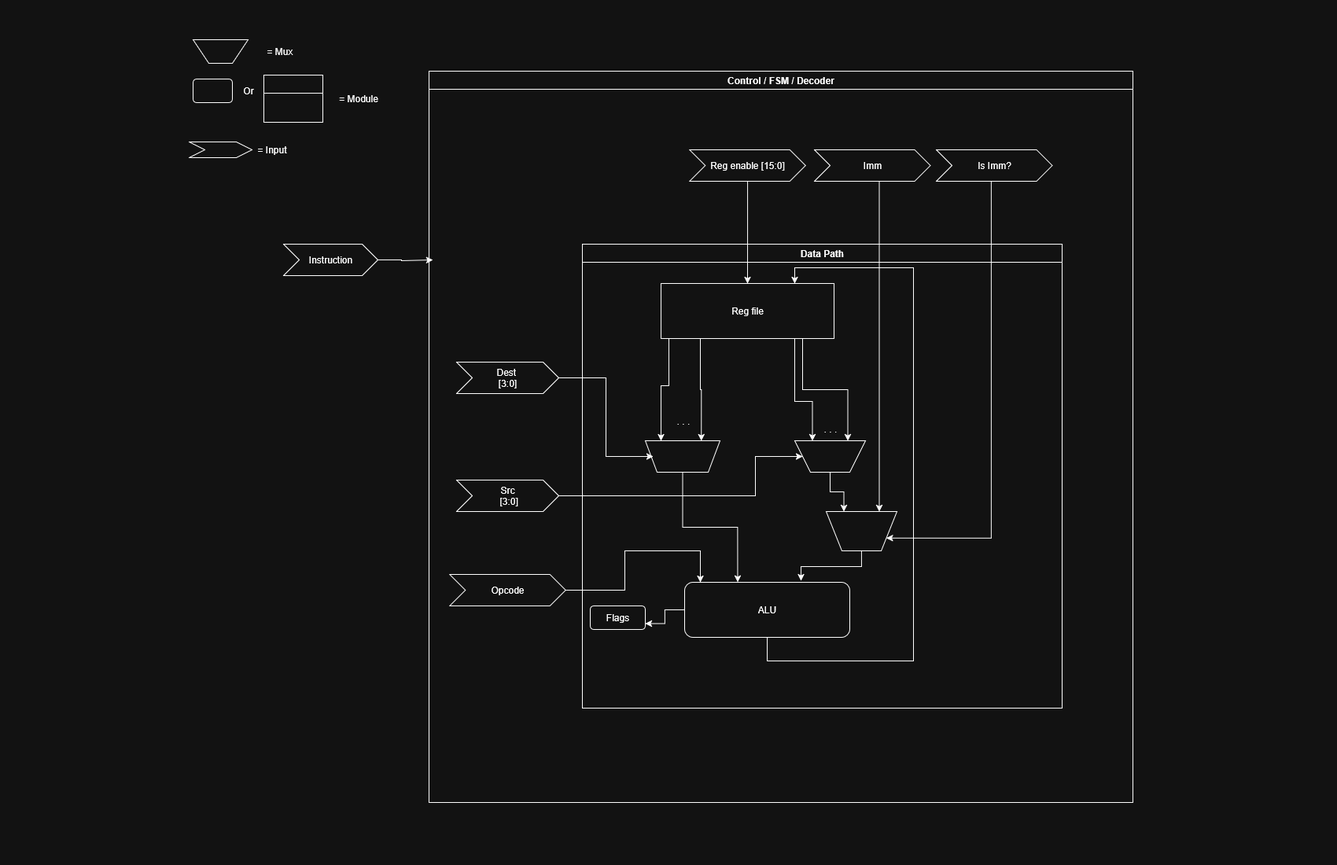
This is resources/DatapathDiagram.png from anton2uha/3710Project, a draw.io export, as it was before one commit. Source tidied: cells renumbered, new cells last; positions are measured from the earlier drawing's top-left corner, leaving out a move shared by most shapes.
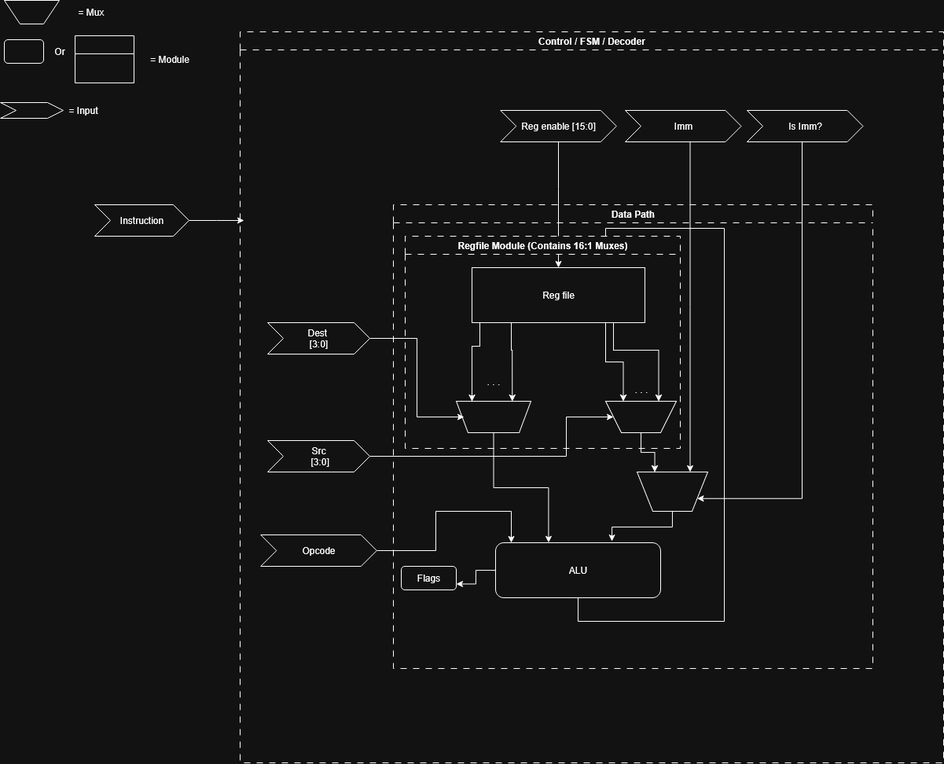
Later version of the same file.

Commit message:
corrected block diagram

Diff of the diagram source:
```diff
@@ -2,75 +2,72 @@
   <root>
     <mxCell id="0" />
     <mxCell id="1" parent="0" />
-    <mxCell id="2" style="edgeStyle=orthogonalEdgeStyle;rounded=0;jettySize=auto;html=1;entryX=0.75;entryY=1;entryDx=0;entryDy=0;" parent="1" edge="1" source="3" target="10">
-      <mxGeometry relative="1" as="geometry" />
-    </mxCell>
-    <mxCell id="3" style="shape=trapezoid;perimeter=trapezoidPerimeter;whiteSpace=wrap;html=1;fixedSize=1;rotation=-180;" parent="1" vertex="1">
-      <mxGeometry x="770" y="510" width="90" height="40" as="geometry" />
-    </mxCell>
-    <mxCell id="4" style="shape=trapezoid;perimeter=trapezoidPerimeter;whiteSpace=wrap;html=1;fixedSize=1;rotation=-180;size=15;" parent="1" vertex="1">
-      <mxGeometry x="580" y="510" width="95" height="40" as="geometry" />
-    </mxCell>
-    <mxCell id="5" style="edgeStyle=orthogonalEdgeStyle;rounded=0;jettySize=auto;html=1;entryX=0.75;entryY=1;entryDx=0;entryDy=0;" parent="1" edge="1" source="9" target="3">
-      <mxGeometry relative="1" as="geometry">
-        <Array as="points">
-          <mxPoint x="770" y="460" />
-          <mxPoint x="793" y="460" />
-        </Array>
-      </mxGeometry>
-    </mxCell>
-    <mxCell id="6" style="edgeStyle=orthogonalEdgeStyle;rounded=0;jettySize=auto;html=1;entryX=0.25;entryY=1;entryDx=0;entryDy=0;" parent="1" edge="1" source="9" target="3">
-      <mxGeometry relative="1" as="geometry">
-        <Array as="points">
-          <mxPoint x="780" y="445" />
-          <mxPoint x="838" y="445" />
-        </Array>
-      </mxGeometry>
-    </mxCell>
-    <mxCell id="7" style="edgeStyle=orthogonalEdgeStyle;rounded=0;jettySize=auto;html=1;entryX=0.25;entryY=1;entryDx=0;entryDy=0;" parent="1" edge="1" source="9" target="4">
-      <mxGeometry relative="1" as="geometry">
-        <Array as="points">
-          <mxPoint x="650" y="445" />
-          <mxPoint x="651" y="445" />
-        </Array>
-      </mxGeometry>
-    </mxCell>
-    <mxCell id="8" style="edgeStyle=orthogonalEdgeStyle;rounded=0;jettySize=auto;html=1;" parent="1" edge="1" source="9">
-      <mxGeometry relative="1" as="geometry">
-        <mxPoint x="600" y="510" as="targetPoint" />
-        <Array as="points">
-          <mxPoint x="610" y="440" />
-          <mxPoint x="600" y="440" />
-          <mxPoint x="600" y="510" />
-        </Array>
-      </mxGeometry>
-    </mxCell>
-    <mxCell id="9" value="&lt;div&gt;Reg file&lt;/div&gt;" style="rounded=0;whiteSpace=wrap;html=1;" parent="1" vertex="1">
-      <mxGeometry x="600" y="310" width="220" height="70" as="geometry" />
-    </mxCell>
-    <mxCell id="10" style="shape=trapezoid;perimeter=trapezoidPerimeter;whiteSpace=wrap;html=1;fixedSize=1;rotation=-180;" parent="1" vertex="1">
-      <mxGeometry x="810" y="600" width="90" height="50" as="geometry" />
-    </mxCell>
-    <mxCell id="11" value="&lt;div&gt;. . .&lt;/div&gt;" style="text;html=1;align=center;verticalAlign=middle;strokeColor=none;fillColor=none;" parent="1" vertex="1">
-      <mxGeometry x="795" y="480" width="40" height="30" as="geometry" />
-    </mxCell>
-    <mxCell id="12" value="&lt;div&gt;. . .&lt;/div&gt;" style="text;html=1;align=center;verticalAlign=middle;strokeColor=none;fillColor=none;" parent="1" vertex="1">
-      <mxGeometry x="607.5" y="470" width="40" height="30" as="geometry" />
-    </mxCell>
+    <mxCell id="43" style="edgeStyle=orthogonalEdgeStyle;rounded=0;jettySize=auto;html=1;entryX=0.75;entryY=1;entryDx=0;entryDy=0;" parent="1" edge="1" source="44" target="50">
+      <mxGeometry relative="1" as="geometry" />
+    </mxCell>
+    <mxCell id="44" style="shape=trapezoid;perimeter=trapezoidPerimeter;whiteSpace=wrap;html=1;fixedSize=1;rotation=-180;" parent="1" vertex="1">
+      <mxGeometry x="770" y="510" width="90" height="40" as="geometry" />
+    </mxCell>
+    <mxCell id="45" style="shape=trapezoid;perimeter=trapezoidPerimeter;whiteSpace=wrap;html=1;fixedSize=1;rotation=-180;size=15;" parent="1" vertex="1">
+      <mxGeometry x="580" y="510" width="95" height="40" as="geometry" />
+    </mxCell>
+    <mxCell id="46" style="edgeStyle=orthogonalEdgeStyle;rounded=0;jettySize=auto;html=1;entryX=0.75;entryY=1;entryDx=0;entryDy=0;" parent="1" edge="1" source="9" target="44">
+      <mxGeometry relative="1" as="geometry">
+        <Array as="points">
+          <mxPoint x="770" y="460" />
+          <mxPoint x="793" y="460" />
+        </Array>
+      </mxGeometry>
+    </mxCell>
+    <mxCell id="47" style="edgeStyle=orthogonalEdgeStyle;rounded=0;jettySize=auto;html=1;entryX=0.25;entryY=1;entryDx=0;entryDy=0;" parent="1" edge="1" source="9" target="44">
+      <mxGeometry relative="1" as="geometry">
+        <Array as="points">
+          <mxPoint x="780" y="445" />
+          <mxPoint x="838" y="445" />
+        </Array>
+      </mxGeometry>
+    </mxCell>
+    <mxCell id="48" style="edgeStyle=orthogonalEdgeStyle;rounded=0;jettySize=auto;html=1;entryX=0.25;entryY=1;entryDx=0;entryDy=0;" parent="1" edge="1" source="9" target="45">
+      <mxGeometry relative="1" as="geometry">
+        <Array as="points">
+          <mxPoint x="650" y="445" />
+          <mxPoint x="651" y="445" />
+        </Array>
+      </mxGeometry>
+    </mxCell>
+    <mxCell id="49" style="edgeStyle=orthogonalEdgeStyle;rounded=0;jettySize=auto;html=1;" parent="1" edge="1" source="9">
+      <mxGeometry relative="1" as="geometry">
+        <mxPoint x="600" y="510" as="targetPoint" />
+        <Array as="points">
+          <mxPoint x="610" y="440" />
+          <mxPoint x="600" y="440" />
+          <mxPoint x="600" y="510" />
+        </Array>
+      </mxGeometry>
+    </mxCell>
+    <mxCell id="50" style="shape=trapezoid;perimeter=trapezoidPerimeter;whiteSpace=wrap;html=1;fixedSize=1;rotation=-180;" parent="1" vertex="1">
+      <mxGeometry x="810" y="600" width="90" height="50" as="geometry" />
+    </mxCell>
+    <mxCell id="51" value="&lt;div&gt;. . .&lt;/div&gt;" style="text;html=1;align=center;verticalAlign=middle;strokeColor=none;fillColor=none;" parent="1" vertex="1">
+      <mxGeometry x="795" y="480" width="40" height="30" as="geometry" />
+    </mxCell>
+    <mxCell id="52" value="&lt;div&gt;. . .&lt;/div&gt;" style="text;html=1;align=center;verticalAlign=middle;strokeColor=none;fillColor=none;" parent="1" vertex="1">
+      <mxGeometry x="607.5" y="470" width="40" height="30" as="geometry" />
+    </mxCell>
-    <mxCell id="13" value="&lt;div&gt;Data Path&lt;/div&gt;" style="swimlane;whiteSpace=wrap;html=1;" parent="1" vertex="1">
+    <mxCell id="13" value="&lt;div&gt;Data Path&lt;/div&gt;" style="swimlane;whiteSpace=wrap;html=1;dashed=1;dashPattern=8 8;" parent="1" vertex="1">
       <mxGeometry x="500" y="260" width="610" height="590" as="geometry" />
     </mxCell>
-    <mxCell id="14" style="edgeStyle=orthogonalEdgeStyle;rounded=0;jettySize=auto;html=1;" parent="13" edge="1" source="16">
-      <mxGeometry relative="1" as="geometry">
-        <mxPoint x="270" y="50" as="targetPoint" />
-        <Array as="points">
-          <mxPoint x="235" y="530" />
-          <mxPoint x="421" y="530" />
-          <mxPoint x="421" y="30" />
-          <mxPoint x="270" y="30" />
-        </Array>
-      </mxGeometry>
-    </mxCell>
+    <mxCell id="53" style="edgeStyle=orthogonalEdgeStyle;rounded=0;jettySize=auto;html=1;" parent="13" edge="1" source="16">
+      <mxGeometry relative="1" as="geometry">
+        <mxPoint x="270" y="50" as="targetPoint" />
+        <Array as="points">
+          <mxPoint x="235" y="530" />
+          <mxPoint x="421" y="530" />
+          <mxPoint x="421" y="30" />
+          <mxPoint x="270" y="30" />
+        </Array>
+      </mxGeometry>
+    </mxCell>
     <mxCell id="15" style="edgeStyle=orthogonalEdgeStyle;rounded=0;jettySize=auto;html=1;entryX=1;entryY=0.75;entryDx=0;entryDy=0;" parent="13" edge="1" source="16" target="17">
       <mxGeometry relative="1" as="geometry" />
     </mxCell>
@@ -80,33 +77,33 @@
     <mxCell id="17" value="Flags" style="rounded=1;whiteSpace=wrap;html=1;" parent="13" vertex="1">
       <mxGeometry x="10" y="460" width="70" height="30" as="geometry" />
     </mxCell>
-    <mxCell id="18" style="edgeStyle=orthogonalEdgeStyle;rounded=0;jettySize=auto;html=1;entryX=0.705;entryY=-0.026;entryDx=0;entryDy=0;entryPerimeter=0;" parent="1" edge="1" source="10" target="16">
-      <mxGeometry relative="1" as="geometry" />
-    </mxCell>
-    <mxCell id="19" style="edgeStyle=orthogonalEdgeStyle;rounded=0;jettySize=auto;html=1;entryX=0.321;entryY=-0.002;entryDx=0;entryDy=0;entryPerimeter=0;" parent="1" edge="1" source="4" target="16">
-      <mxGeometry relative="1" as="geometry" />
-    </mxCell>
-    <mxCell id="20" style="shape=trapezoid;perimeter=trapezoidPerimeter;whiteSpace=wrap;html=1;fixedSize=1;rotation=-180;" parent="1" vertex="1">
-      <mxGeometry x="5" width="70" height="30" as="geometry" />
-    </mxCell>
+    <mxCell id="54" style="edgeStyle=orthogonalEdgeStyle;rounded=0;jettySize=auto;html=1;entryX=0.705;entryY=-0.026;entryDx=0;entryDy=0;entryPerimeter=0;" parent="1" edge="1" source="50" target="16">
+      <mxGeometry relative="1" as="geometry" />
+    </mxCell>
+    <mxCell id="55" style="edgeStyle=orthogonalEdgeStyle;rounded=0;jettySize=auto;html=1;entryX=0.321;entryY=-0.002;entryDx=0;entryDy=0;entryPerimeter=0;" parent="1" edge="1" source="45" target="16">
+      <mxGeometry relative="1" as="geometry" />
+    </mxCell>
+    <mxCell id="56" style="shape=trapezoid;perimeter=trapezoidPerimeter;whiteSpace=wrap;html=1;fixedSize=1;rotation=-180;" parent="1" vertex="1">
+      <mxGeometry x="5" width="70" height="30" as="geometry" />
+    </mxCell>
     <mxCell id="21" value="&lt;div&gt;= Mux&lt;/div&gt;" style="text;html=1;align=center;verticalAlign=middle;strokeColor=none;fillColor=none;" parent="1" vertex="1">
       <mxGeometry x="85" width="60" height="30" as="geometry" />
     </mxCell>
-    <mxCell id="22" style="rounded=1;whiteSpace=wrap;html=1;" parent="1" vertex="1">
-      <mxGeometry x="5" y="50" width="50" height="30" as="geometry" />
-    </mxCell>
-    <mxCell id="23" style="swimlane;whiteSpace=wrap;html=1;" parent="1" vertex="1">
-      <mxGeometry x="95" y="45" width="75" height="60" as="geometry" />
-    </mxCell>
+    <mxCell id="57" style="rounded=1;whiteSpace=wrap;html=1;" parent="1" vertex="1">
+      <mxGeometry x="5" y="50" width="50" height="30" as="geometry" />
+    </mxCell>
+    <mxCell id="58" style="swimlane;whiteSpace=wrap;html=1;" parent="1" vertex="1">
+      <mxGeometry x="95" y="45" width="75" height="60" as="geometry" />
+    </mxCell>
     <mxCell id="24" value="&lt;div&gt;Or&lt;/div&gt;" style="text;html=1;align=center;verticalAlign=middle;strokeColor=none;fillColor=none;" parent="1" vertex="1">
       <mxGeometry x="55" y="50" width="40" height="30" as="geometry" />
     </mxCell>
     <mxCell id="25" value="&lt;div&gt;= Module&lt;/div&gt;" style="text;html=1;align=center;verticalAlign=middle;strokeColor=none;fillColor=none;" parent="1" vertex="1">
       <mxGeometry x="180" y="60" width="70" height="30" as="geometry" />
     </mxCell>
-    <mxCell id="26" style="shape=step;perimeter=stepPerimeter;whiteSpace=wrap;html=1;fixedSize=1;" parent="1" vertex="1">
-      <mxGeometry y="130" width="80" height="20" as="geometry" />
-    </mxCell>
+    <mxCell id="59" style="shape=step;perimeter=stepPerimeter;whiteSpace=wrap;html=1;fixedSize=1;" parent="1" vertex="1">
+      <mxGeometry y="130" width="80" height="20" as="geometry" />
+    </mxCell>
     <mxCell id="27" value="&lt;div&gt;= Input&lt;/div&gt;" style="text;html=1;align=center;verticalAlign=middle;strokeColor=none;fillColor=none;" parent="1" vertex="1">
       <mxGeometry x="75" y="125" width="60" height="30" as="geometry" />
     </mxCell>
@@ -121,78 +118,80 @@
     <mxCell id="29" value="Reg enable [15:0]" style="shape=step;perimeter=stepPerimeter;whiteSpace=wrap;html=1;fixedSize=1;" parent="1" vertex="1">
       <mxGeometry x="636.2" y="140" width="147.5" height="40" as="geometry" />
     </mxCell>
-    <mxCell id="30" style="edgeStyle=orthogonalEdgeStyle;rounded=0;jettySize=auto;html=1;entryX=0;entryY=0.25;entryDx=0;entryDy=0;" parent="1" edge="1" source="31" target="10">
-      <mxGeometry relative="1" as="geometry">
-        <Array as="points">
-          <mxPoint x="1020" y="634" />
-        </Array>
-      </mxGeometry>
-    </mxCell>
+    <mxCell id="60" style="edgeStyle=orthogonalEdgeStyle;rounded=0;jettySize=auto;html=1;entryX=0;entryY=0.25;entryDx=0;entryDy=0;" parent="1" edge="1" source="31" target="50">
+      <mxGeometry relative="1" as="geometry">
+        <Array as="points">
+          <mxPoint x="1020" y="634" />
+        </Array>
+      </mxGeometry>
+    </mxCell>
     <mxCell id="31" value="Is Imm?" style="shape=step;perimeter=stepPerimeter;whiteSpace=wrap;html=1;fixedSize=1;" parent="1" vertex="1">
       <mxGeometry x="950" y="140" width="147.5" height="40" as="geometry" />
     </mxCell>
-    <mxCell id="32" style="edgeStyle=orthogonalEdgeStyle;rounded=0;jettySize=auto;html=1;entryX=0.25;entryY=1;entryDx=0;entryDy=0;" parent="1" edge="1" source="33" target="10">
-      <mxGeometry relative="1" as="geometry">
-        <Array as="points">
-          <mxPoint x="878" y="390" />
-        </Array>
-      </mxGeometry>
-    </mxCell>
+    <mxCell id="61" style="edgeStyle=orthogonalEdgeStyle;rounded=0;jettySize=auto;html=1;entryX=0.25;entryY=1;entryDx=0;entryDy=0;" parent="1" edge="1" source="33" target="50">
+      <mxGeometry relative="1" as="geometry">
+        <Array as="points">
+          <mxPoint x="878" y="390" />
+        </Array>
+      </mxGeometry>
+    </mxCell>
     <mxCell id="33" value="&lt;div&gt;Imm&lt;/div&gt;" style="shape=step;perimeter=stepPerimeter;whiteSpace=wrap;html=1;fixedSize=1;" parent="1" vertex="1">
       <mxGeometry x="795" y="140" width="147.5" height="40" as="geometry" />
     </mxCell>
-    <mxCell id="34" style="edgeStyle=orthogonalEdgeStyle;rounded=0;jettySize=auto;html=1;" parent="1" edge="1" source="35">
-      <mxGeometry relative="1" as="geometry">
-        <mxPoint x="590" y="530" as="targetPoint" />
-        <Array as="points">
-          <mxPoint x="530" y="430" />
-          <mxPoint x="530" y="530" />
-        </Array>
-      </mxGeometry>
-    </mxCell>
+    <mxCell id="62" style="edgeStyle=orthogonalEdgeStyle;rounded=0;jettySize=auto;html=1;" parent="1" edge="1" source="35">
+      <mxGeometry relative="1" as="geometry">
+        <mxPoint x="590" y="530" as="targetPoint" />
+        <Array as="points">
+          <mxPoint x="530" y="430" />
+          <mxPoint x="530" y="530" />
+        </Array>
+      </mxGeometry>
+    </mxCell>
     <mxCell id="35" value="&lt;div&gt;Dest&amp;nbsp;&lt;/div&gt;&lt;div&gt;[3:0]&lt;/div&gt;" style="shape=step;perimeter=stepPerimeter;whiteSpace=wrap;html=1;fixedSize=1;" parent="1" vertex="1">
       <mxGeometry x="340" y="410" width="130" height="40" as="geometry" />
     </mxCell>
-    <mxCell id="36" style="edgeStyle=orthogonalEdgeStyle;rounded=0;jettySize=auto;html=1;" parent="1" edge="1" source="37">
-      <mxGeometry relative="1" as="geometry">
-        <mxPoint x="780" y="530" as="targetPoint" />
-        <Array as="points">
-          <mxPoint x="720" y="580" />
-          <mxPoint x="720" y="530" />
-        </Array>
-      </mxGeometry>
-    </mxCell>
+    <mxCell id="63" style="edgeStyle=orthogonalEdgeStyle;rounded=0;jettySize=auto;html=1;" parent="1" edge="1" source="37">
+      <mxGeometry relative="1" as="geometry">
+        <mxPoint x="780" y="530" as="targetPoint" />
+        <Array as="points">
+          <mxPoint x="720" y="580" />
+          <mxPoint x="720" y="530" />
+        </Array>
+      </mxGeometry>
+    </mxCell>
     <mxCell id="37" value="&lt;div&gt;Src&lt;/div&gt;&amp;nbsp;[3:0]" style="shape=step;perimeter=stepPerimeter;whiteSpace=wrap;html=1;fixedSize=1;" parent="1" vertex="1">
       <mxGeometry x="340" y="560" width="130" height="40" as="geometry" />
     </mxCell>
-    <mxCell id="38" value="Control / FSM / Decoder" style="swimlane;whiteSpace=wrap;html=1;" parent="1" vertex="1">
+    <mxCell id="38" value="Control / FSM / Decoder" style="swimlane;whiteSpace=wrap;html=1;dashed=1;dashPattern=8 8;" parent="1" vertex="1">
       <mxGeometry x="305" y="40" width="895" height="930" as="geometry" />
     </mxCell>
     <mxCell id="39" value="Opcode" style="shape=step;perimeter=stepPerimeter;whiteSpace=wrap;html=1;fixedSize=1;" parent="38" vertex="1">
       <mxGeometry x="26.2" y="640" width="147.5" height="40" as="geometry" />
     </mxCell>
-    <mxCell id="40" style="edgeStyle=orthogonalEdgeStyle;rounded=0;jettySize=auto;html=1;" parent="1" edge="1" source="41">
-      <mxGeometry relative="1" as="geometry">
-        <mxPoint x="310" y="280" as="targetPoint" />
-        <Array as="points">
-          <mxPoint x="270" y="280" />
-          <mxPoint x="300" y="281" />
-        </Array>
-      </mxGeometry>
-    </mxCell>
+    <mxCell id="64" value="&lt;div&gt;Regfile Module (Contains 16:1 Muxes)&lt;/div&gt;" style="swimlane;whiteSpace=wrap;html=1;dashed=1;strokeColor=default;strokeWidth=1;dashPattern=8 8;" parent="38" vertex="1">
+      <mxGeometry x="210" y="260" width="350" height="270" as="geometry" />
+    </mxCell>
+    <mxCell id="9" value="&lt;div&gt;Reg file&lt;/div&gt;" style="rounded=0;whiteSpace=wrap;html=1;" parent="64" vertex="1">
+      <mxGeometry x="85" y="40" width="220" height="70" as="geometry" />
+    </mxCell>
+    <mxCell id="65" style="edgeStyle=orthogonalEdgeStyle;rounded=0;jettySize=auto;html=1;" parent="1" edge="1" source="41">
+      <mxGeometry relative="1" as="geometry">
+        <mxPoint x="310" y="280" as="targetPoint" />
+      </mxGeometry>
+    </mxCell>
     <mxCell id="41" value="Instruction" style="shape=step;perimeter=stepPerimeter;whiteSpace=wrap;html=1;fixedSize=1;" parent="1" vertex="1">
       <mxGeometry x="120" y="260" width="120" height="40" as="geometry" />
     </mxCell>
-    <mxCell id="42" style="edgeStyle=orthogonalEdgeStyle;rounded=0;jettySize=auto;html=1;" parent="1" edge="1" source="39">
-      <mxGeometry relative="1" as="geometry">
-        <mxPoint x="650" y="690" as="targetPoint" />
-        <Array as="points">
-          <mxPoint x="554" y="700" />
-          <mxPoint x="554" y="650" />
-          <mxPoint x="650" y="650" />
-          <mxPoint x="650" y="690" />
-        </Array>
-      </mxGeometry>
-    </mxCell>
+    <mxCell id="66" style="edgeStyle=orthogonalEdgeStyle;rounded=0;jettySize=auto;html=1;" parent="1" edge="1" source="39">
+      <mxGeometry relative="1" as="geometry">
+        <mxPoint x="650" y="690" as="targetPoint" />
+        <Array as="points">
+          <mxPoint x="554" y="700" />
+          <mxPoint x="554" y="650" />
+          <mxPoint x="650" y="650" />
+          <mxPoint x="650" y="690" />
+        </Array>
+      </mxGeometry>
+    </mxCell>
   </root>
 </mxGraphModel>
```
